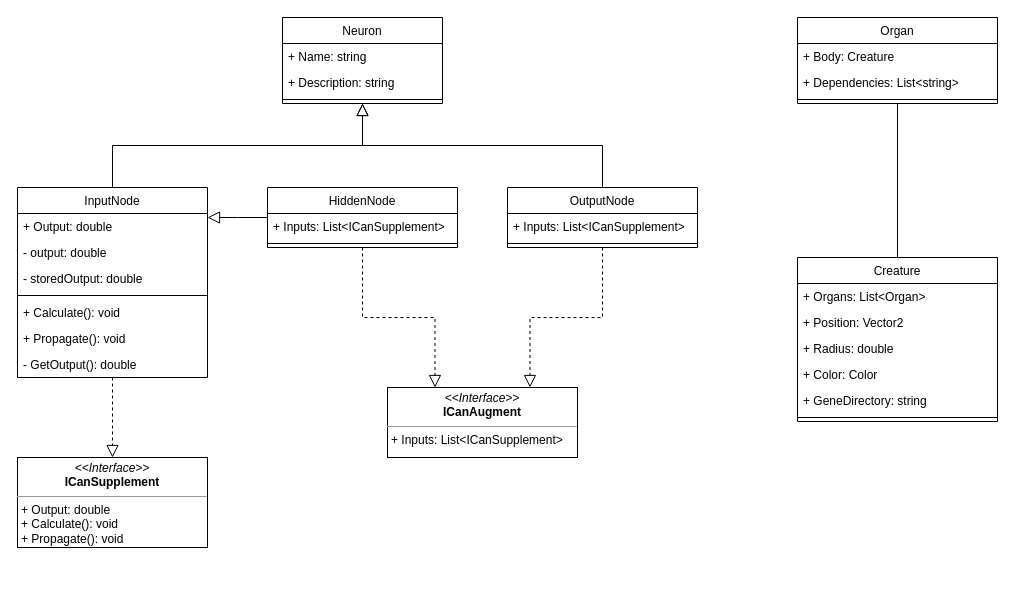
Exouxas/FosterScript.Core keeps this draw.io diagram as ClassDiagram.drawio. Above is the earlier version. Source tidied: cells renumbered, new cells numbered last; positions are measured from the earlier drawing's top-left corner, leaving out a move shared by most shapes. Both pictures are drawn from the tidied source at 100%, with x=0, y=0 at pixel (17, 17).
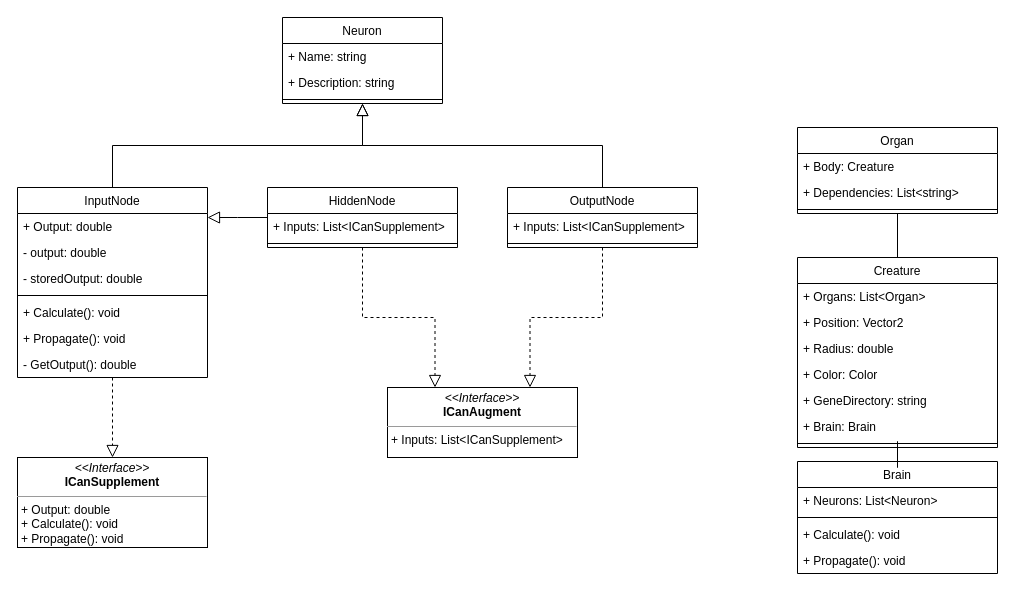
After the change.

Commit message:
Preparing for having a brain

The edit, as a diff of the source:
```diff
@@
     <mxCell id="19" value="Organ" style="swimlane;fontStyle=0;align=center;verticalAlign=top;horizontal=1;startSize=26;rounded=0;shadow=0;strokeWidth=1;" parent="1" vertex="1">
-      <mxGeometry x="780" width="200" height="86" as="geometry" />
+      <mxGeometry x="780" y="110" width="200" height="86" as="geometry" />
     </mxCell>
@@
     <mxCell id="24" value="Creature" style="swimlane;fontStyle=0;align=center;verticalAlign=top;horizontal=1;startSize=26;rounded=0;shadow=0;strokeWidth=1;" parent="1" vertex="1">
-      <mxGeometry x="780" y="240" width="200" height="164" as="geometry" />
+      <mxGeometry x="780" y="240" width="200" height="190" as="geometry" />
     </mxCell>
@@
+    <mxCell id="40" value="+ Brain: Brain" style="text;align=left;verticalAlign=top;spacingLeft=4;spacingRight=4;overflow=hidden;" parent="24" vertex="1">
+      <mxGeometry y="156" width="200" height="26" as="geometry" />
+    </mxCell>
     <mxCell id="30" style="line;html=1;strokeWidth=1;align=left;verticalAlign=middle;spacingTop=-1;spacingLeft=3;spacingRight=3;labelPosition=right;" parent="24" vertex="1">
-      <mxGeometry y="156" width="200" height="8" as="geometry" />
+      <mxGeometry y="182" width="200" height="8" as="geometry" />
     </mxCell>
@@
+    <mxCell id="41" value="Brain" style="swimlane;fontStyle=0;align=center;verticalAlign=top;horizontal=1;startSize=26;rounded=0;shadow=0;strokeWidth=1;" parent="1" vertex="1">
+      <mxGeometry x="780" y="444" width="200" height="112" as="geometry" />
+    </mxCell>
+    <mxCell id="42" value="+ Neurons: List&lt;Neuron&gt;" style="text;align=left;verticalAlign=top;spacingLeft=4;spacingRight=4;overflow=hidden;" parent="41" vertex="1">
+      <mxGeometry y="26" width="200" height="26" as="geometry" />
+    </mxCell>
+    <mxCell id="43" style="line;html=1;strokeWidth=1;align=left;verticalAlign=middle;spacingTop=-1;spacingLeft=3;spacingRight=3;labelPosition=right;" parent="41" vertex="1">
+      <mxGeometry y="52" width="200" height="8" as="geometry" />
+    </mxCell>
+    <mxCell id="44" value="+ Calculate(): void" style="text;align=left;verticalAlign=top;spacingLeft=4;spacingRight=4;overflow=hidden;" parent="41" vertex="1">
+      <mxGeometry y="60" width="200" height="26" as="geometry" />
+    </mxCell>
+    <mxCell id="45" value="+ Propagate(): void" style="text;align=left;verticalAlign=top;spacingLeft=4;spacingRight=4;overflow=hidden;" parent="41" vertex="1">
+      <mxGeometry y="86" width="200" height="26" as="geometry" />
+    </mxCell>
+    <mxCell id="46" style="edgeStyle=orthogonalEdgeStyle;rounded=0;jettySize=auto;html=1;endArrow=none;endFill=0;" parent="1" edge="1" source="24" target="41">
+      <mxGeometry relative="1" as="geometry" />
+    </mxCell>
```
